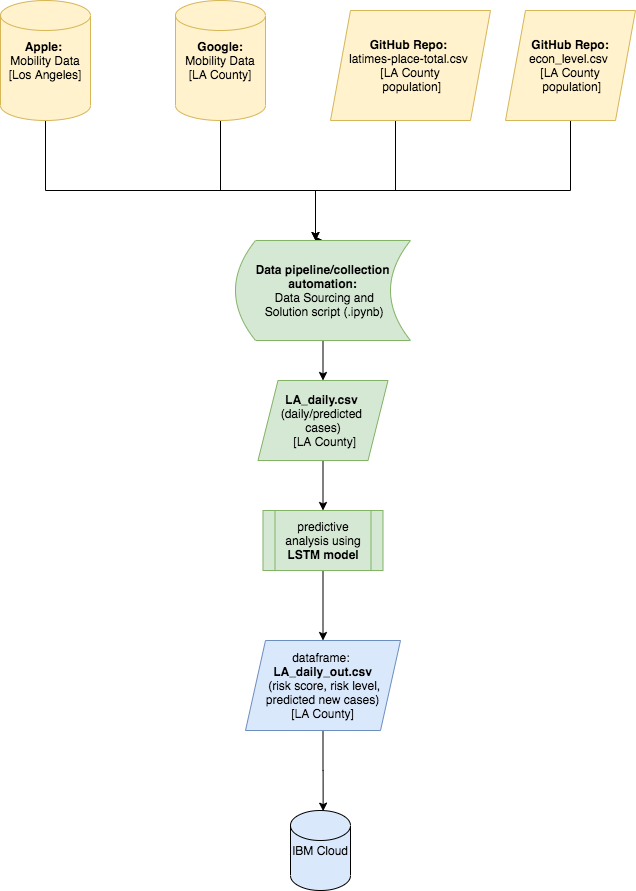
The draw.io diagram Risk-Score-UMich-Workflow.png in skasralikar/Risk-Score-1-UMichZJU, before a commit. Source tidied: cells renumbered, new cells last; positions are measured from the earlier drawing's top-left corner, leaving out a move shared by most shapes.
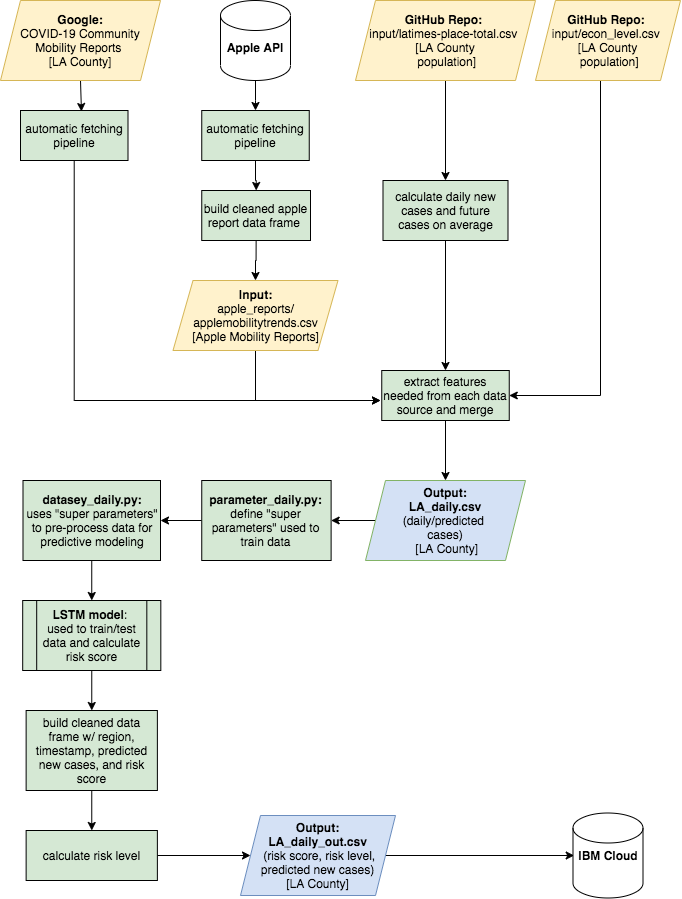
After the commit.

What changed in the source:
```diff
@@ -2,77 +2,124 @@
   <root>
     <mxCell id="0" />
     <mxCell id="1" parent="0" />
-    <mxCell id="2" style="edgeStyle=orthogonalEdgeStyle;rounded=0;jettySize=auto;html=1;entryX=0.5;entryY=0;entryDx=0;entryDy=0;" parent="1" edge="1" target="8">
-      <mxGeometry relative="1" as="geometry">
-        <mxPoint x="395" y="120" as="sourcePoint" />
-        <Array as="points">
-          <mxPoint x="395" y="190" />
-          <mxPoint x="315" y="190" />
-        </Array>
-      </mxGeometry>
-    </mxCell>
-    <mxCell id="3" style="edgeStyle=orthogonalEdgeStyle;rounded=0;jettySize=auto;html=1;" parent="1" edge="1" source="4" target="8">
-      <mxGeometry relative="1" as="geometry">
-        <Array as="points">
-          <mxPoint x="45" y="190" />
-          <mxPoint x="315" y="190" />
-        </Array>
-      </mxGeometry>
-    </mxCell>
-    <mxCell id="4" value="&lt;b&gt;Apple: &lt;br&gt;&lt;/b&gt;Mobility Data [Los Angeles]" style="shape=cylinder2;whiteSpace=wrap;html=1;boundedLbl=1;backgroundOutline=1;size=15;fillColor=#fff2cc;strokeColor=#d6b656;" parent="1" vertex="1">
-      <mxGeometry width="90" height="120" as="geometry" />
-    </mxCell>
-    <mxCell id="5" style="edgeStyle=orthogonalEdgeStyle;rounded=0;jettySize=auto;html=1;entryX=0.5;entryY=0;entryDx=0;entryDy=0;" parent="1" edge="1" source="6" target="8">
-      <mxGeometry relative="1" as="geometry">
-        <Array as="points">
-          <mxPoint x="220" y="190" />
-          <mxPoint x="315" y="190" />
-        </Array>
-      </mxGeometry>
-    </mxCell>
-    <mxCell id="6" value="&lt;b&gt;Google:&lt;br&gt;&lt;/b&gt;Mobility Data [LA County]" style="shape=cylinder2;whiteSpace=wrap;html=1;boundedLbl=1;backgroundOutline=1;size=15;fillColor=#fff2cc;strokeColor=#d6b656;" parent="1" vertex="1">
-      <mxGeometry x="175" width="90" height="120" as="geometry" />
-    </mxCell>
-    <mxCell id="7" style="edgeStyle=orthogonalEdgeStyle;rounded=0;jettySize=auto;html=1;exitX=0.5;exitY=1;exitDx=0;exitDy=0;entryX=0.5;entryY=0;entryDx=0;entryDy=0;" parent="1" edge="1" source="8" target="12">
-      <mxGeometry relative="1" as="geometry" />
-    </mxCell>
-    <mxCell id="8" value="&lt;span&gt;&lt;b&gt;Data pipeline/collection automation:&lt;/b&gt;&lt;br&gt;&amp;nbsp;Data Sourcing and&lt;br&gt;&amp;nbsp;Solution script (.ipynb)&lt;/span&gt;" style="shape=dataStorage;whiteSpace=wrap;html=1;fixedSize=1;fillColor=#d5e8d4;strokeColor=#82b366;" parent="1" vertex="1">
-      <mxGeometry x="235" y="240" width="175" height="100" as="geometry" />
-    </mxCell>
-    <mxCell id="9" style="edgeStyle=orthogonalEdgeStyle;rounded=0;jettySize=auto;html=1;exitX=0.5;exitY=1;exitDx=0;exitDy=0;" parent="1" edge="1" source="10" target="8">
-      <mxGeometry relative="1" as="geometry">
-        <Array as="points">
-          <mxPoint x="570" y="190" />
-          <mxPoint x="315" y="190" />
-        </Array>
-      </mxGeometry>
-    </mxCell>
+    <mxCell id="19" style="edgeStyle=orthogonalEdgeStyle;rounded=0;jettySize=auto;html=1;entryX=1;entryY=0.5;entryDx=0;entryDy=0;" parent="1" edge="1" source="10" target="29">
+      <mxGeometry relative="1" as="geometry">
+        <Array as="points">
+          <mxPoint x="570" y="415" />
+        </Array>
+      </mxGeometry>
+    </mxCell>
-    <mxCell id="10" value="&lt;b&gt;GitHub Repo:&lt;/b&gt; econ_level.csv &lt;br&gt;[LA County&lt;br&gt;&amp;nbsp;population]" style="shape=parallelogram;perimeter=parallelogramPerimeter;whiteSpace=wrap;html=1;fixedSize=1;fillColor=#fff2cc;strokeColor=#d6b656;" parent="1" vertex="1">
-      <mxGeometry x="505" y="10" width="130" height="110" as="geometry" />
+    <mxCell id="10" value="&lt;b&gt;GitHub Repo:&lt;/b&gt;&amp;nbsp;&lt;br&gt;input/econ_level.csv &lt;br&gt;[LA County&lt;br&gt;&amp;nbsp;population]" style="shape=parallelogram;perimeter=parallelogramPerimeter;whiteSpace=wrap;html=1;fixedSize=1;fillColor=#fff2cc;strokeColor=#d6b656;" parent="1" vertex="1">
+      <mxGeometry x="505" y="20" width="145" height="80" as="geometry" />
     </mxCell>
-    <mxCell id="11" style="edgeStyle=orthogonalEdgeStyle;rounded=0;jettySize=auto;html=1;" parent="1" edge="1" source="12" target="14">
-      <mxGeometry relative="1" as="geometry" />
-    </mxCell>
+    <mxCell id="20" style="edgeStyle=orthogonalEdgeStyle;rounded=0;jettySize=auto;html=1;" parent="1" edge="1" source="12" target="41">
+      <mxGeometry relative="1" as="geometry" />
+    </mxCell>
-    <mxCell id="12" value="&lt;b&gt;LA_daily.csv &lt;br&gt;&lt;/b&gt;(daily/predicted &lt;br&gt;cases)&lt;br&gt;&amp;nbsp;[LA County]" style="shape=parallelogram;perimeter=parallelogramPerimeter;whiteSpace=wrap;html=1;fixedSize=1;fillColor=#d5e8d4;strokeColor=#82b366;" parent="1" vertex="1">
-      <mxGeometry x="257.5" y="380" width="130" height="80" as="geometry" />
+    <mxCell id="12" value="&lt;b&gt;Output:&lt;br&gt;&amp;nbsp;LA_daily.csv &lt;br&gt;&lt;/b&gt;(daily/predicted &lt;br&gt;cases)&lt;br&gt;&amp;nbsp;[LA County]" style="shape=parallelogram;perimeter=parallelogramPerimeter;whiteSpace=wrap;html=1;fixedSize=1;fillColor=#D4E1F5;strokeColor=#82b366;" parent="1" vertex="1">
+      <mxGeometry x="335" y="500" width="160" height="80" as="geometry" />
     </mxCell>
-    <mxCell id="13" style="edgeStyle=orthogonalEdgeStyle;rounded=0;jettySize=auto;html=1;exitX=0.5;exitY=1;exitDx=0;exitDy=0;entryX=0.5;entryY=0;entryDx=0;entryDy=0;" parent="1" edge="1" source="14" target="16">
-      <mxGeometry relative="1" as="geometry" />
-    </mxCell>
-    <mxCell id="14" value="predictive analysis using &lt;b&gt;LSTM model&lt;/b&gt;" style="shape=process;whiteSpace=wrap;html=1;backgroundOutline=1;fillColor=#d5e8d4;strokeColor=#82b366;" parent="1" vertex="1">
-      <mxGeometry x="262.5" y="510" width="120" height="60" as="geometry" />
-    </mxCell>
-    <mxCell id="15" style="edgeStyle=orthogonalEdgeStyle;rounded=0;jettySize=auto;html=1;exitX=0.5;exitY=1;exitDx=0;exitDy=0;entryX=0.544;entryY=0.008;entryDx=0;entryDy=0;entryPerimeter=0;" parent="1" edge="1" source="16" target="17">
+    <mxCell id="15" style="edgeStyle=orthogonalEdgeStyle;rounded=0;jettySize=auto;html=1;exitX=1;exitY=0.5;exitDx=0;exitDy=0;entryX=0.017;entryY=0.5;entryDx=0;entryDy=0;entryPerimeter=0;" parent="1" edge="1" source="16" target="17">
       <mxGeometry relative="1" as="geometry" />
     </mxCell>
-    <mxCell id="16" value="dataframe: &lt;br&gt;&lt;b&gt;LA_daily_out.csv&lt;br&gt;&lt;/b&gt;&amp;nbsp;(risk score, risk level, predicted new cases)&lt;br&gt;[LA County]" style="shape=parallelogram;perimeter=parallelogramPerimeter;whiteSpace=wrap;html=1;fixedSize=1;fillColor=#dae8fc;strokeColor=#6c8ebf;" parent="1" vertex="1">
-      <mxGeometry x="245" y="640" width="155" height="90" as="geometry" />
+    <mxCell id="16" value="&lt;b&gt;Output:&lt;br&gt;LA_daily_out.csv&lt;br&gt;&lt;/b&gt;&amp;nbsp;(risk score, risk level, predicted new cases)&lt;br&gt;[LA County]" style="shape=parallelogram;perimeter=parallelogramPerimeter;whiteSpace=wrap;html=1;fixedSize=1;fillColor=#D4E1F5;strokeColor=#6c8ebf;" parent="1" vertex="1">
+      <mxGeometry x="210" y="835" width="155" height="80" as="geometry" />
     </mxCell>
-    <mxCell id="17" value="IBM Cloud" style="shape=cylinder2;whiteSpace=wrap;html=1;boundedLbl=1;backgroundOutline=1;size=15;fillColor=#DAE8FC;" parent="1" vertex="1">
-      <mxGeometry x="290" y="810" width="60" height="80" as="geometry" />
+    <mxCell id="17" value="&lt;b&gt;IBM Cloud&lt;/b&gt;" style="shape=cylinder2;whiteSpace=wrap;html=1;boundedLbl=1;backgroundOutline=1;size=15;fillColor=#FFFFFF;" parent="1" vertex="1">
+      <mxGeometry x="542.5" y="832.5" width="70" height="85" as="geometry" />
     </mxCell>
+    <mxCell id="21" style="edgeStyle=orthogonalEdgeStyle;rounded=0;jettySize=auto;html=1;exitX=0.5;exitY=1;exitDx=0;exitDy=0;" parent="1" edge="1" source="18" target="27">
+      <mxGeometry relative="1" as="geometry" />
+    </mxCell>
-    <mxCell id="18" value="&lt;b&gt;GitHub Repo: &lt;br&gt;&lt;/b&gt;latimes-place-total.csv &lt;br&gt;[LA County&lt;br&gt;&amp;nbsp;population]" style="shape=parallelogram;perimeter=parallelogramPerimeter;whiteSpace=wrap;html=1;fixedSize=1;fillColor=#fff2cc;strokeColor=#d6b656;" parent="1" vertex="1">
-      <mxGeometry x="330" y="10" width="160" height="110" as="geometry" />
+    <mxCell id="18" value="&lt;b&gt;GitHub Repo: &lt;br&gt;&lt;/b&gt;input/latimes-place-total.csv &lt;br&gt;[LA County&lt;br&gt;&amp;nbsp;population]" style="shape=parallelogram;perimeter=parallelogramPerimeter;whiteSpace=wrap;html=1;fixedSize=1;fillColor=#fff2cc;strokeColor=#d6b656;" parent="1" vertex="1">
+      <mxGeometry x="325" y="20" width="180" height="80" as="geometry" />
     </mxCell>
+    <mxCell id="22" style="edgeStyle=orthogonalEdgeStyle;rounded=0;jettySize=auto;html=1;exitX=0.5;exitY=1;exitDx=0;exitDy=0;entryX=0.567;entryY=0.02;entryDx=0;entryDy=0;entryPerimeter=0;" parent="1" edge="1" source="23" target="33">
+      <mxGeometry relative="1" as="geometry" />
+    </mxCell>
+    <mxCell id="23" value="&lt;b&gt;Google:&lt;br&gt;&lt;/b&gt;COVID-19 Community Mobility Reports&amp;nbsp;&lt;br&gt;[LA County]" style="shape=parallelogram;perimeter=parallelogramPerimeter;whiteSpace=wrap;html=1;fixedSize=1;fillColor=#fff2cc;strokeColor=#d6b656;" parent="1" vertex="1">
+      <mxGeometry x="-30" y="20" width="160" height="80" as="geometry" />
+    </mxCell>
+    <mxCell id="24" style="edgeStyle=orthogonalEdgeStyle;rounded=0;jettySize=auto;html=1;exitX=0.5;exitY=1;exitDx=0;exitDy=0;" parent="1" edge="1" source="25">
+      <mxGeometry relative="1" as="geometry">
+        <mxPoint x="350" y="420" as="targetPoint" />
+        <Array as="points">
+          <mxPoint x="225" y="420" />
+        </Array>
+      </mxGeometry>
+    </mxCell>
+    <mxCell id="25" value="&lt;b&gt;Input:&lt;br&gt;&lt;/b&gt;apple_reports/ applemobilitytrends.csv&lt;br&gt;[Apple Mobility Reports]" style="shape=parallelogram;perimeter=parallelogramPerimeter;whiteSpace=wrap;html=1;fixedSize=1;fillColor=#fff2cc;strokeColor=#d6b656;" parent="1" vertex="1">
+      <mxGeometry x="142.5" y="300" width="165" height="70" as="geometry" />
+    </mxCell>
+    <mxCell id="26" style="edgeStyle=orthogonalEdgeStyle;rounded=0;jettySize=auto;html=1;exitX=0.5;exitY=1;exitDx=0;exitDy=0;entryX=0.5;entryY=0;entryDx=0;entryDy=0;" parent="1" edge="1" source="27" target="29">
+      <mxGeometry relative="1" as="geometry" />
+    </mxCell>
+    <mxCell id="27" value="calculate daily new cases and future cases on average" style="rounded=0;whiteSpace=wrap;html=1;fillColor=#D5E8D4;" parent="1" vertex="1">
+      <mxGeometry x="352.5" y="200" width="125" height="60" as="geometry" />
+    </mxCell>
+    <mxCell id="28" style="edgeStyle=orthogonalEdgeStyle;rounded=0;jettySize=auto;html=1;exitX=0.5;exitY=1;exitDx=0;exitDy=0;" parent="1" edge="1" source="29" target="12">
+      <mxGeometry relative="1" as="geometry" />
+    </mxCell>
+    <mxCell id="29" value="extract features needed from each data source and merge" style="rounded=0;whiteSpace=wrap;html=1;fillColor=#D5E8D4;" parent="1" vertex="1">
+      <mxGeometry x="351.2" y="390" width="127.5" height="50" as="geometry" />
+    </mxCell>
+    <mxCell id="30" style="edgeStyle=orthogonalEdgeStyle;rounded=0;jettySize=auto;html=1;exitX=0.5;exitY=1;exitDx=0;exitDy=0;entryX=0.5;entryY=0;entryDx=0;entryDy=0;" parent="1" edge="1" source="31" target="43">
+      <mxGeometry relative="1" as="geometry" />
+    </mxCell>
+    <mxCell id="31" value="&lt;b&gt;datasey_daily.py:&lt;br&gt;&lt;/b&gt;uses&amp;nbsp;&quot;super parameters&quot; to pre-process data for predictive modeling" style="rounded=0;whiteSpace=wrap;html=1;fillColor=#D5E8D4;" parent="1" vertex="1">
+      <mxGeometry x="-7.5" y="500" width="137.5" height="80" as="geometry" />
+    </mxCell>
+    <mxCell id="32" style="edgeStyle=orthogonalEdgeStyle;rounded=0;jettySize=auto;html=1;" parent="1" edge="1" source="33">
+      <mxGeometry relative="1" as="geometry">
+        <mxPoint x="350" y="420" as="targetPoint" />
+        <Array as="points">
+          <mxPoint x="44" y="420" />
+        </Array>
+      </mxGeometry>
+    </mxCell>
+    <mxCell id="33" value="automatic fetching pipeline" style="rounded=0;whiteSpace=wrap;html=1;fillColor=#D5E8D4;" parent="1" vertex="1">
+      <mxGeometry x="-10" y="130" width="107.5" height="50" as="geometry" />
+    </mxCell>
+    <mxCell id="34" style="edgeStyle=orthogonalEdgeStyle;rounded=0;jettySize=auto;html=1;exitX=0.5;exitY=1;exitDx=0;exitDy=0;" parent="1" edge="1" source="35" target="25">
+      <mxGeometry relative="1" as="geometry" />
+    </mxCell>
+    <mxCell id="35" value="build cleaned apple report data frame&amp;nbsp;" style="rounded=0;whiteSpace=wrap;html=1;fillColor=#D5E8D4;" parent="1" vertex="1">
+      <mxGeometry x="171.2" y="210" width="108.8" height="50" as="geometry" />
+    </mxCell>
+    <mxCell id="36" style="edgeStyle=orthogonalEdgeStyle;rounded=0;jettySize=auto;html=1;" parent="1" edge="1" source="37" target="39">
+      <mxGeometry relative="1" as="geometry" />
+    </mxCell>
+    <mxCell id="37" value="&lt;font face=&quot;helvetica&quot;&gt;&lt;b&gt;&lt;br&gt;Apple API&lt;/b&gt;&lt;/font&gt;" style="shape=cylinder2;whiteSpace=wrap;html=1;boundedLbl=1;backgroundOutline=1;size=15;fillColor=#FFFFFF;" parent="1" vertex="1">
+      <mxGeometry x="190" y="20" width="70" height="80" as="geometry" />
+    </mxCell>
+    <mxCell id="38" style="edgeStyle=orthogonalEdgeStyle;rounded=0;jettySize=auto;html=1;" parent="1" edge="1" source="39" target="35">
+      <mxGeometry relative="1" as="geometry" />
+    </mxCell>
+    <mxCell id="39" value="automatic fetching pipeline" style="rounded=0;whiteSpace=wrap;html=1;fillColor=#D5E8D4;" parent="1" vertex="1">
+      <mxGeometry x="171.2" y="130" width="107.5" height="50" as="geometry" />
+    </mxCell>
+    <mxCell id="40" style="edgeStyle=orthogonalEdgeStyle;rounded=0;jettySize=auto;html=1;" parent="1" edge="1" source="41" target="31">
+      <mxGeometry relative="1" as="geometry" />
+    </mxCell>
+    <mxCell id="41" value="&lt;b&gt;parameter_daily.py:&lt;br&gt;&lt;/b&gt;define &quot;super parameters&quot; used to train data" style="rounded=0;whiteSpace=wrap;html=1;fillColor=#D5E8D4;" parent="1" vertex="1">
+      <mxGeometry x="171.2" y="500" width="129.4" height="80" as="geometry" />
+    </mxCell>
+    <mxCell id="42" style="edgeStyle=orthogonalEdgeStyle;rounded=0;jettySize=auto;html=1;" parent="1" edge="1" source="43" target="45">
+      <mxGeometry relative="1" as="geometry" />
+    </mxCell>
+    <mxCell id="43" value="&lt;b&gt;LSTM model&lt;/b&gt;: &lt;br&gt;used to train/test data and calculate risk score" style="shape=process;whiteSpace=wrap;html=1;backgroundOutline=1;fillColor=#D5E8D4;" parent="1" vertex="1">
+      <mxGeometry x="-7.8" y="620" width="138.1" height="70" as="geometry" />
+    </mxCell>
+    <mxCell id="44" style="edgeStyle=orthogonalEdgeStyle;rounded=0;jettySize=auto;html=1;" parent="1" edge="1" source="45" target="47">
+      <mxGeometry relative="1" as="geometry" />
+    </mxCell>
+    <mxCell id="45" value="build cleaned data frame w/ region, timestamp, predicted new cases, and risk score" style="rounded=0;whiteSpace=wrap;html=1;fillColor=#D5E8D4;" parent="1" vertex="1">
+      <mxGeometry x="-4.4" y="730" width="131.2" height="80" as="geometry" />
+    </mxCell>
+    <mxCell id="46" style="edgeStyle=orthogonalEdgeStyle;rounded=0;jettySize=auto;html=1;" parent="1" edge="1" source="47" target="16">
+      <mxGeometry relative="1" as="geometry" />
+    </mxCell>
+    <mxCell id="47" value="calculate risk level" style="rounded=0;whiteSpace=wrap;html=1;fillColor=#D5E8D4;" parent="1" vertex="1">
+      <mxGeometry x="-4.4" y="850" width="131.2" height="50" as="geometry" />
+    </mxCell>
   </root>
 </mxGraphModel>
```
